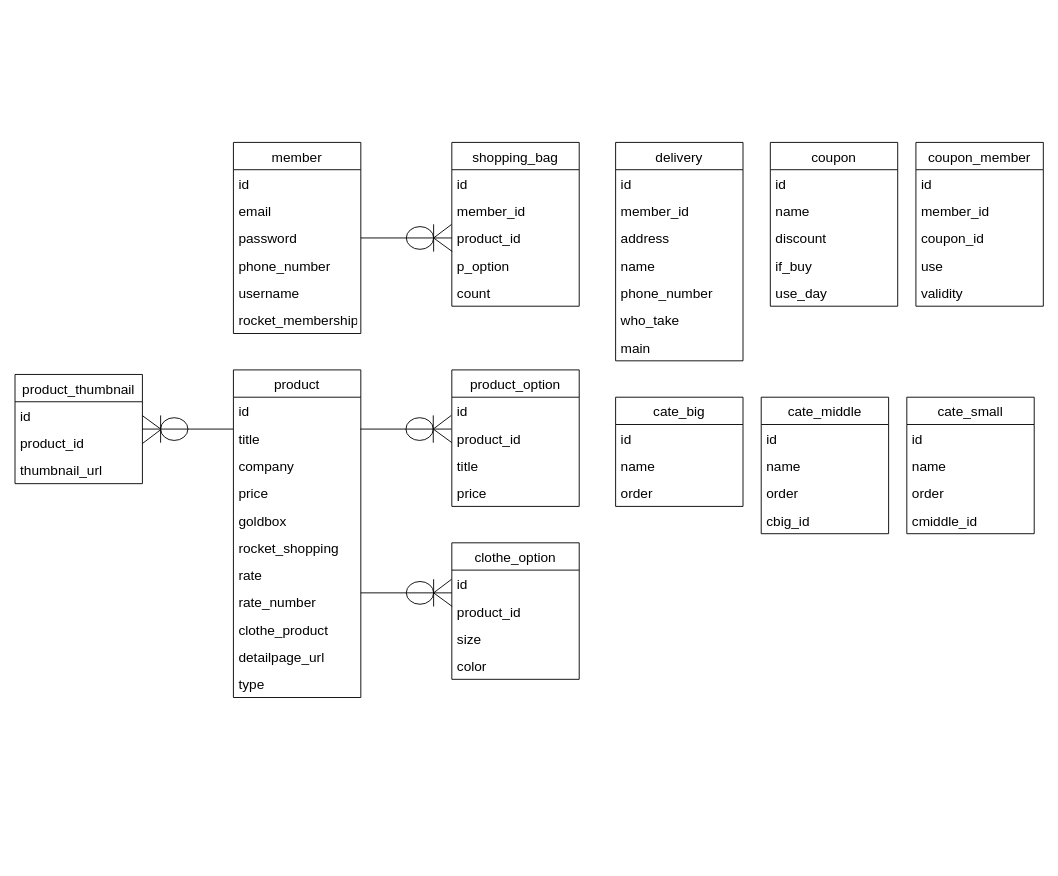
This is Network.drawio from Lee-seungju/drawfile, a draw.io file, before an edit. Source tidied: cells renumbered, new cells numbered last; positions are measured from the earlier drawing's top-left corner, leaving out a move shared by most shapes. Both pictures are drawn from the tidied source at 91%, with x=0, y=0 at pixel (15, 142).
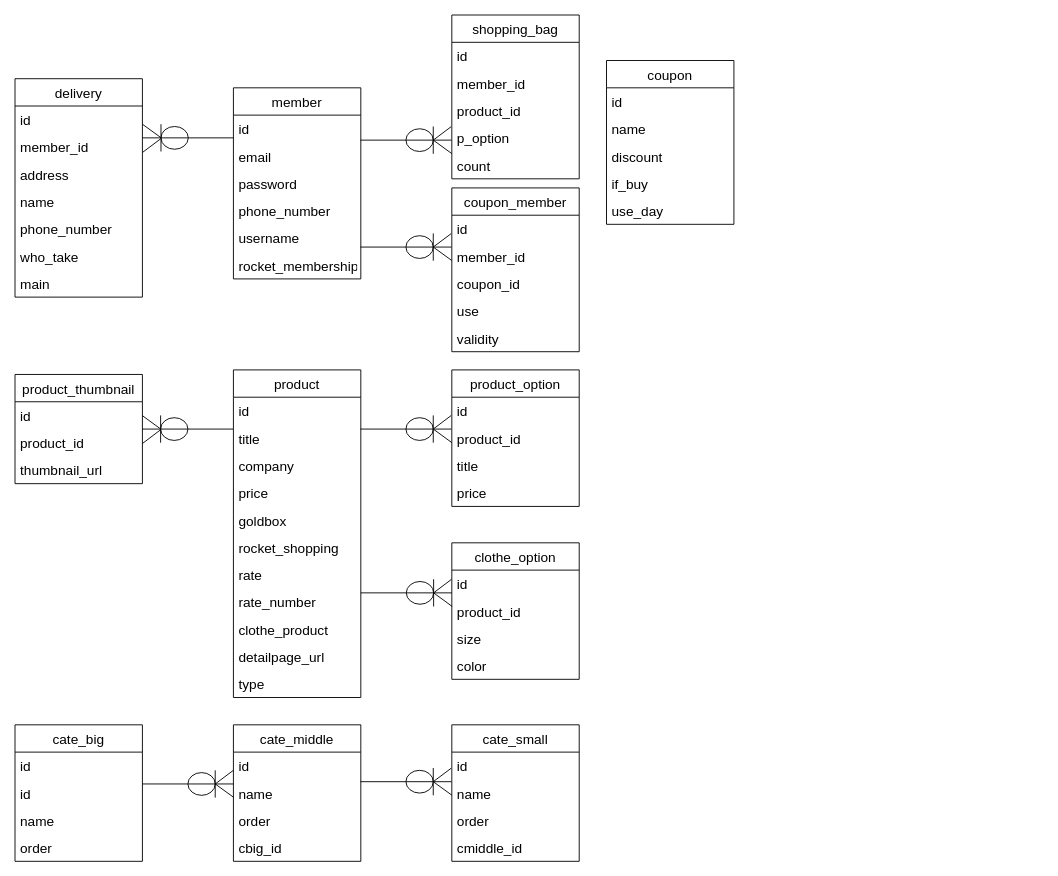
The same page after the edit.

The change refers to these unchanged cells:
```xml
<mxCell id="6" value="password" style="text;strokeColor=none;fillColor=none;align=left;verticalAlign=middle;spacingLeft=4;spacingRight=4;overflow=hidden;points=[[0,0.5],[1,0.5]];portConstraint=eastwest;fontSize=15;" parent="3" vertex="1">
  <mxGeometry y="90" width="140" height="30" as="geometry" />
</mxCell>
<mxCell id="72" value="member_id" style="text;strokeColor=none;fillColor=none;align=left;verticalAlign=middle;spacingLeft=4;spacingRight=4;overflow=hidden;points=[[0,0.5],[1,0.5]];portConstraint=eastwest;fontSize=15;" parent="70" vertex="1">
  <mxGeometry y="60" width="140" height="30" as="geometry" />
</mxCell>
<mxCell id="73" value="product_id" style="text;strokeColor=none;fillColor=none;align=left;verticalAlign=middle;spacingLeft=4;spacingRight=4;overflow=hidden;points=[[0,0.5],[1,0.5]];portConstraint=eastwest;fontSize=15;" parent="70" vertex="1">
  <mxGeometry y="90" width="140" height="30" as="geometry" />
</mxCell>
<mxCell id="74" value="p_option" style="text;strokeColor=none;fillColor=none;align=left;verticalAlign=middle;spacingLeft=4;spacingRight=4;overflow=hidden;points=[[0,0.5],[1,0.5]];portConstraint=eastwest;fontSize=15;" parent="70" vertex="1">
  <mxGeometry y="120" width="140" height="30" as="geometry" />
</mxCell>
```

Diff of the diagram source:
```diff
@@
     <mxCell id="2" style="ellipse;whiteSpace=wrap;html=1;shadow=0;fontSize=15;" parent="1" vertex="1">
-      <mxGeometry x="430" y="92.5" width="30" height="25" as="geometry" />
+      <mxGeometry x="429.6" y="-15" width="30" height="25" as="geometry" />
     </mxCell>
     <mxCell id="3" value="member" style="swimlane;fontStyle=0;horizontal=1;startSize=30;fontSize=15;" parent="1" vertex="1">
-      <mxGeometry x="240" width="140" height="210" as="geometry" />
+      <mxGeometry x="240" y="-60" width="140" height="210" as="geometry" />
     </mxCell>
@@
     <mxCell id="10" value="delivery" style="swimlane;fontStyle=0;horizontal=1;startSize=30;fontSize=15;" parent="1" vertex="1">
-      <mxGeometry x="660" width="140" height="240" as="geometry" />
+      <mxGeometry y="-70" width="140" height="240" as="geometry" />
     </mxCell>
@@
     <mxCell id="18" value="coupon" style="swimlane;fontStyle=0;horizontal=1;startSize=30;fontSize=15;" parent="1" vertex="1">
-      <mxGeometry x="830" width="140" height="180" as="geometry" />
+      <mxGeometry x="650" y="-90" width="140" height="180" as="geometry" />
     </mxCell>
@@
     <mxCell id="24" value="coupon_member" style="swimlane;fontStyle=0;horizontal=1;startSize=30;fontSize=15;" parent="1" vertex="1">
-      <mxGeometry x="990" width="140" height="180" as="geometry" />
+      <mxGeometry x="480" y="50" width="140" height="180" as="geometry" />
     </mxCell>
@@
     <mxCell id="56" value="cate_big" style="swimlane;fontStyle=0;horizontal=1;startSize=30;fontSize=15;" parent="1" vertex="1">
-      <mxGeometry x="660" y="280" width="140" height="120" as="geometry" />
+      <mxGeometry y="640" width="140" height="150" as="geometry" />
     </mxCell>
@@
+    <mxCell id="99" value="id" style="text;strokeColor=none;fillColor=none;align=left;verticalAlign=middle;spacingLeft=4;spacingRight=4;overflow=hidden;fontSize=15;" parent="56" vertex="1">
+      <mxGeometry y="60" width="140" height="30" as="geometry" />
+    </mxCell>
     <mxCell id="58" value="name" style="text;strokeColor=none;fillColor=none;align=left;verticalAlign=middle;spacingLeft=4;spacingRight=4;overflow=hidden;fontSize=15;" parent="56" vertex="1">
-      <mxGeometry y="60" width="140" height="30" as="geometry" />
+      <mxGeometry y="90" width="140" height="30" as="geometry" />
     </mxCell>
     <mxCell id="59" value="order" style="text;strokeColor=none;fillColor=none;align=left;verticalAlign=middle;spacingLeft=4;spacingRight=4;overflow=hidden;fontSize=15;" parent="56" vertex="1">
-      <mxGeometry y="90" width="140" height="30" as="geometry" />
+      <mxGeometry y="120" width="140" height="30" as="geometry" />
     </mxCell>
     <mxCell id="60" value="cate_middle" style="swimlane;fontStyle=0;horizontal=1;startSize=30;fontSize=15;" parent="1" vertex="1">
-      <mxGeometry x="820" y="280" width="140" height="150" as="geometry" />
+      <mxGeometry x="240" y="640" width="140" height="150" as="geometry" />
     </mxCell>
@@
     <mxCell id="65" value="cate_small" style="swimlane;fontStyle=0;horizontal=1;startSize=30;fontSize=15;" parent="1" vertex="1">
-      <mxGeometry x="980" y="280" width="140" height="150" as="geometry" />
+      <mxGeometry x="480" y="640" width="140" height="150" as="geometry" />
     </mxCell>
@@
     <mxCell id="70" value="shopping_bag" style="swimlane;fontStyle=0;horizontal=1;startSize=30;fontSize=15;" parent="1" vertex="1">
-      <mxGeometry x="480" width="140" height="180" as="geometry" />
+      <mxGeometry x="480" y="-140" width="140" height="180" as="geometry" />
     </mxCell>
@@
-    <mxCell id="76" style="endArrow=none;html=1;rounded=0;fontSize=15;strokeWidth=1;exitX=0;exitY=0.5;exitDx=0;exitDy=0;entryX=0;entryY=0.5;entryDx=0;entryDy=0;startArrow=none;" parent="1" edge="1" source="2" target="73">
-      <mxGeometry relative="1" as="geometry" />
+    <mxCell id="76" style="endArrow=none;html=1;rounded=0;fontSize=15;strokeWidth=1;exitX=0;exitY=0.5;exitDx=0;exitDy=0;entryX=0;entryY=0.5;entryDx=0;entryDy=0;startArrow=none;" parent="1" edge="1" source="2">
+      <mxGeometry relative="1" as="geometry">
+        <mxPoint x="479.6" y="-2.5" as="targetPoint" />
+      </mxGeometry>
     </mxCell>
-    <mxCell id="77" style="endArrow=none;html=1;rounded=0;fontSize=15;strokeWidth=1;entryX=-0.002;entryY=1.005;entryDx=0;entryDy=0;entryPerimeter=0;" parent="1" edge="1" target="72">
+    <mxCell id="77" style="endArrow=none;html=1;rounded=0;fontSize=15;strokeWidth=1;entryX=-0.002;entryY=1.005;entryDx=0;entryDy=0;entryPerimeter=0;" parent="1" edge="1">
       <mxGeometry relative="1" as="geometry">
-        <mxPoint x="460" y="105" as="sourcePoint" />
+        <mxPoint x="459.6" y="-2.5" as="sourcePoint" />
+        <mxPoint x="479.3" y="-17.3" as="targetPoint" />
       </mxGeometry>
     </mxCell>
-    <mxCell id="78" style="endArrow=none;html=1;rounded=0;fontSize=15;strokeWidth=1;entryX=0.003;entryY=-0.005;entryDx=0;entryDy=0;entryPerimeter=0;" parent="1" edge="1" target="74">
+    <mxCell id="78" style="endArrow=none;html=1;rounded=0;fontSize=15;strokeWidth=1;entryX=0.003;entryY=-0.005;entryDx=0;entryDy=0;entryPerimeter=0;" parent="1" edge="1">
       <mxGeometry relative="1" as="geometry">
-        <mxPoint x="460" y="105" as="sourcePoint" />
+        <mxPoint x="459.6" y="-2.5" as="sourcePoint" />
+        <mxPoint x="480" y="12.3" as="targetPoint" />
       </mxGeometry>
     </mxCell>
     <mxCell id="79" style="endArrow=none;html=1;rounded=0;fontSize=15;strokeWidth=1;" parent="1" edge="1">
       <mxGeometry relative="1" as="geometry">
-        <mxPoint x="460" y="120" as="sourcePoint" />
-        <mxPoint x="460" y="90" as="targetPoint" />
+        <mxPoint x="459.6" y="12.5" as="sourcePoint" />
+        <mxPoint x="459.6" y="-17.5" as="targetPoint" />
       </mxGeometry>
     </mxCell>
-    <mxCell id="80" style="endArrow=none;html=1;rounded=0;fontSize=15;strokeWidth=1;exitX=1;exitY=0.5;exitDx=0;exitDy=0;entryX=0;entryY=0.5;entryDx=0;entryDy=0;" parent="1" edge="1" source="6" target="2">
-      <mxGeometry relative="1" as="geometry" />
+    <mxCell id="80" style="endArrow=none;html=1;rounded=0;fontSize=15;strokeWidth=1;exitX=1;exitY=0.5;exitDx=0;exitDy=0;entryX=0;entryY=0.5;entryDx=0;entryDy=0;" parent="1" edge="1" target="2">
+      <mxGeometry relative="1" as="geometry">
+        <mxPoint x="379.6" y="-2.5" as="sourcePoint" />
+      </mxGeometry>
     </mxCell>
@@
+    <mxCell id="100" style="ellipse;whiteSpace=wrap;html=1;shadow=0;fontSize=15;" parent="1" vertex="1">
+      <mxGeometry x="160.4" y="-17.5" width="30" height="25" as="geometry" />
+    </mxCell>
+    <mxCell id="101" style="endArrow=none;html=1;rounded=0;fontSize=15;strokeWidth=1;exitX=0;exitY=0.5;exitDx=0;exitDy=0;entryX=0;entryY=0.5;entryDx=0;entryDy=0;startArrow=none;" parent="1" edge="1" source="100">
+      <mxGeometry relative="1" as="geometry">
+        <mxPoint x="240" y="-5" as="targetPoint" />
+      </mxGeometry>
+    </mxCell>
+    <mxCell id="102" style="endArrow=none;html=1;rounded=0;fontSize=15;strokeWidth=1;entryX=-0.002;entryY=1.005;entryDx=0;entryDy=0;entryPerimeter=0;" parent="1" edge="1">
+      <mxGeometry relative="1" as="geometry">
+        <mxPoint x="140.4" y="10.8" as="sourcePoint" />
+        <mxPoint x="160.1" y="-4" as="targetPoint" />
+      </mxGeometry>
+    </mxCell>
+    <mxCell id="103" style="endArrow=none;html=1;rounded=0;fontSize=15;strokeWidth=1;entryX=0.003;entryY=-0.005;entryDx=0;entryDy=0;entryPerimeter=0;" parent="1" edge="1">
+      <mxGeometry relative="1" as="geometry">
+        <mxPoint x="140" y="-20" as="sourcePoint" />
+        <mxPoint x="160.4" y="-5.2" as="targetPoint" />
+      </mxGeometry>
+    </mxCell>
+    <mxCell id="104" style="endArrow=none;html=1;rounded=0;fontSize=15;strokeWidth=1;" parent="1" edge="1">
+      <mxGeometry relative="1" as="geometry">
+        <mxPoint x="160.4" y="10" as="sourcePoint" />
+        <mxPoint x="160.4" y="-20" as="targetPoint" />
+      </mxGeometry>
+    </mxCell>
+    <mxCell id="105" style="endArrow=none;html=1;rounded=0;fontSize=15;strokeWidth=1;exitX=1;exitY=0.5;exitDx=0;exitDy=0;entryX=0;entryY=0.5;entryDx=0;entryDy=0;" parent="1" edge="1" target="100">
+      <mxGeometry relative="1" as="geometry">
+        <mxPoint x="140" y="-5" as="sourcePoint" />
+      </mxGeometry>
+    </mxCell>
+    <mxCell id="106" style="ellipse;whiteSpace=wrap;html=1;shadow=0;fontSize=15;" parent="1" vertex="1">
+      <mxGeometry x="429.6" y="102.5" width="30" height="25" as="geometry" />
+    </mxCell>
+    <mxCell id="107" style="endArrow=none;html=1;rounded=0;fontSize=15;strokeWidth=1;exitX=0;exitY=0.5;exitDx=0;exitDy=0;entryX=0;entryY=0.5;entryDx=0;entryDy=0;startArrow=none;" parent="1" edge="1" source="106">
+      <mxGeometry relative="1" as="geometry">
+        <mxPoint x="479.6" y="115" as="targetPoint" />
+      </mxGeometry>
+    </mxCell>
+    <mxCell id="108" style="endArrow=none;html=1;rounded=0;fontSize=15;strokeWidth=1;entryX=-0.002;entryY=1.005;entryDx=0;entryDy=0;entryPerimeter=0;" parent="1" edge="1">
+      <mxGeometry relative="1" as="geometry">
+        <mxPoint x="459.6" y="115" as="sourcePoint" />
+        <mxPoint x="479.3" y="100.2" as="targetPoint" />
+      </mxGeometry>
+    </mxCell>
+    <mxCell id="109" style="endArrow=none;html=1;rounded=0;fontSize=15;strokeWidth=1;entryX=0.003;entryY=-0.005;entryDx=0;entryDy=0;entryPerimeter=0;" parent="1" edge="1">
+      <mxGeometry relative="1" as="geometry">
+        <mxPoint x="459.6" y="115" as="sourcePoint" />
+        <mxPoint x="480" y="129.8" as="targetPoint" />
+      </mxGeometry>
+    </mxCell>
+    <mxCell id="110" style="endArrow=none;html=1;rounded=0;fontSize=15;strokeWidth=1;" parent="1" edge="1">
+      <mxGeometry relative="1" as="geometry">
+        <mxPoint x="459.6" y="130" as="sourcePoint" />
+        <mxPoint x="459.6" y="100" as="targetPoint" />
+      </mxGeometry>
+    </mxCell>
+    <mxCell id="111" style="endArrow=none;html=1;rounded=0;fontSize=15;strokeWidth=1;exitX=1;exitY=0.5;exitDx=0;exitDy=0;entryX=0;entryY=0.5;entryDx=0;entryDy=0;" parent="1" edge="1" target="106">
+      <mxGeometry relative="1" as="geometry">
+        <mxPoint x="379.6" y="115" as="sourcePoint" />
+      </mxGeometry>
+    </mxCell>
+    <mxCell id="112" style="ellipse;whiteSpace=wrap;html=1;shadow=0;fontSize=15;" parent="1" vertex="1">
+      <mxGeometry x="190" y="692.5" width="30" height="25" as="geometry" />
+    </mxCell>
+    <mxCell id="113" style="endArrow=none;html=1;rounded=0;fontSize=15;strokeWidth=1;exitX=0;exitY=0.5;exitDx=0;exitDy=0;entryX=0;entryY=0.5;entryDx=0;entryDy=0;startArrow=none;" parent="1" edge="1" source="112">
+      <mxGeometry relative="1" as="geometry">
+        <mxPoint x="240" y="705" as="targetPoint" />
+      </mxGeometry>
+    </mxCell>
+    <mxCell id="114" style="endArrow=none;html=1;rounded=0;fontSize=15;strokeWidth=1;entryX=-0.002;entryY=1.005;entryDx=0;entryDy=0;entryPerimeter=0;" parent="1" edge="1">
+      <mxGeometry relative="1" as="geometry">
+        <mxPoint x="220" y="705" as="sourcePoint" />
+        <mxPoint x="239.7" y="690.2" as="targetPoint" />
+      </mxGeometry>
+    </mxCell>
+    <mxCell id="115" style="endArrow=none;html=1;rounded=0;fontSize=15;strokeWidth=1;entryX=0.003;entryY=-0.005;entryDx=0;entryDy=0;entryPerimeter=0;" parent="1" edge="1">
+      <mxGeometry relative="1" as="geometry">
+        <mxPoint x="220" y="705" as="sourcePoint" />
+        <mxPoint x="240.4" y="719.8" as="targetPoint" />
+      </mxGeometry>
+    </mxCell>
+    <mxCell id="116" style="endArrow=none;html=1;rounded=0;fontSize=15;strokeWidth=1;" parent="1" edge="1">
+      <mxGeometry relative="1" as="geometry">
+        <mxPoint x="220" y="720" as="sourcePoint" />
+        <mxPoint x="220" y="690" as="targetPoint" />
+      </mxGeometry>
+    </mxCell>
+    <mxCell id="117" style="endArrow=none;html=1;rounded=0;fontSize=15;strokeWidth=1;exitX=1;exitY=0.5;exitDx=0;exitDy=0;entryX=0;entryY=0.5;entryDx=0;entryDy=0;" parent="1" edge="1" target="112">
+      <mxGeometry relative="1" as="geometry">
+        <mxPoint x="140" y="705" as="sourcePoint" />
+      </mxGeometry>
+    </mxCell>
+    <mxCell id="118" style="ellipse;whiteSpace=wrap;html=1;shadow=0;fontSize=15;" parent="1" vertex="1">
+      <mxGeometry x="429.6" y="690" width="30" height="25" as="geometry" />
+    </mxCell>
+    <mxCell id="119" style="endArrow=none;html=1;rounded=0;fontSize=15;strokeWidth=1;exitX=0;exitY=0.5;exitDx=0;exitDy=0;entryX=0;entryY=0.5;entryDx=0;entryDy=0;startArrow=none;" parent="1" edge="1" source="118">
+      <mxGeometry relative="1" as="geometry">
+        <mxPoint x="479.6" y="702.5" as="targetPoint" />
+      </mxGeometry>
+    </mxCell>
+    <mxCell id="120" style="endArrow=none;html=1;rounded=0;fontSize=15;strokeWidth=1;entryX=-0.002;entryY=1.005;entryDx=0;entryDy=0;entryPerimeter=0;" parent="1" edge="1">
+      <mxGeometry relative="1" as="geometry">
+        <mxPoint x="459.6" y="702.5" as="sourcePoint" />
+        <mxPoint x="479.3" y="687.7" as="targetPoint" />
+      </mxGeometry>
+    </mxCell>
+    <mxCell id="121" style="endArrow=none;html=1;rounded=0;fontSize=15;strokeWidth=1;entryX=0.003;entryY=-0.005;entryDx=0;entryDy=0;entryPerimeter=0;" parent="1" edge="1">
+      <mxGeometry relative="1" as="geometry">
+        <mxPoint x="459.6" y="702.5" as="sourcePoint" />
+        <mxPoint x="480" y="717.3" as="targetPoint" />
+      </mxGeometry>
+    </mxCell>
+    <mxCell id="122" style="endArrow=none;html=1;rounded=0;fontSize=15;strokeWidth=1;" parent="1" edge="1">
+      <mxGeometry relative="1" as="geometry">
+        <mxPoint x="459.6" y="717.5" as="sourcePoint" />
+        <mxPoint x="459.6" y="687.5" as="targetPoint" />
+      </mxGeometry>
+    </mxCell>
+    <mxCell id="123" style="endArrow=none;html=1;rounded=0;fontSize=15;strokeWidth=1;exitX=1;exitY=0.5;exitDx=0;exitDy=0;entryX=0;entryY=0.5;entryDx=0;entryDy=0;" parent="1" edge="1" target="118">
+      <mxGeometry relative="1" as="geometry">
+        <mxPoint x="379.6" y="702.5" as="sourcePoint" />
+      </mxGeometry>
+    </mxCell>
```
